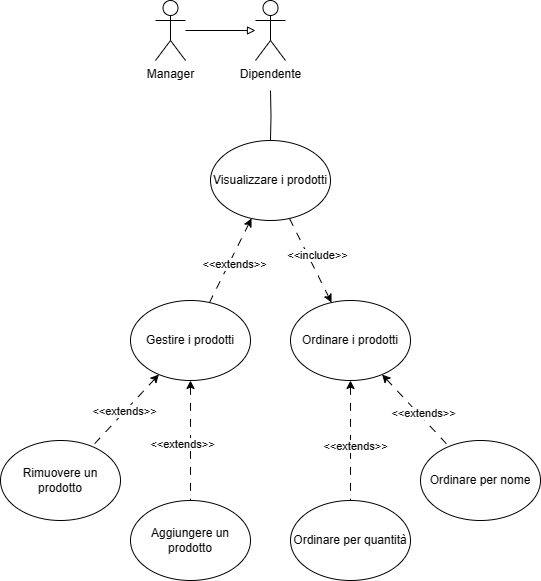
Earlier version of the draw.io export second-deliverable/images/UCD/RF10_magazzino_UCD.png (IS-FixMi/Documentation-Source). Source tidied: cells renumbered, new cells last; positions are measured from the earlier drawing's top-left corner, leaving out a move shared by most shapes.
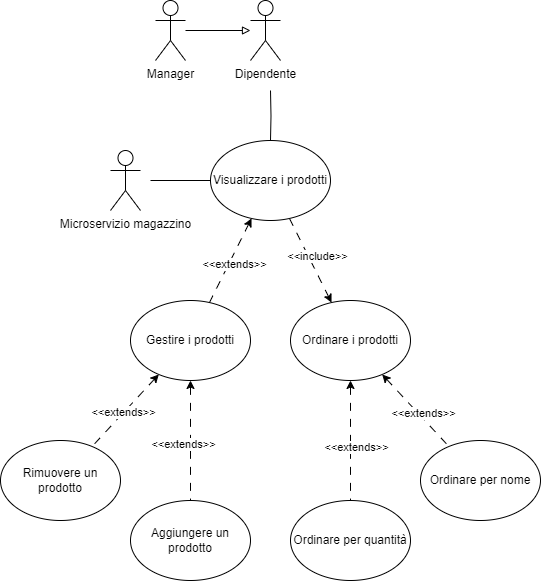
The same file after the commit.

Diff of the diagram source:
```diff
@@ -8,7 +8,7 @@
       </mxGeometry>
     </mxCell>
     <mxCell id="3" value="Dipendente" style="shape=umlActor;verticalLabelPosition=bottom;verticalAlign=top;html=1;outlineConnect=0;" parent="1" vertex="1">
-      <mxGeometry x="255" width="30" height="60" as="geometry" />
+      <mxGeometry x="250" width="30" height="60" as="geometry" />
     </mxCell>
     <mxCell id="4" style="edgeStyle=orthogonalEdgeStyle;rounded=0;jettySize=auto;html=1;endArrow=block;endFill=0;" parent="1" edge="1" source="5" target="3">
       <mxGeometry relative="1" as="geometry" />
@@ -85,5 +85,13 @@
     <mxCell id="24" value="Ordinare per quantità" style="ellipse;whiteSpace=wrap;html=1;" parent="1" vertex="1">
       <mxGeometry x="290" y="500" width="120" height="80" as="geometry" />
     </mxCell>
+    <mxCell id="25" value="Microservizio magazzino&lt;br&gt;" style="shape=umlActor;verticalLabelPosition=bottom;verticalAlign=top;html=1;" parent="1" vertex="1">
+      <mxGeometry x="110" y="150" width="30" height="60" as="geometry" />
+    </mxCell>
+    <mxCell id="26" style="endArrow=none;html=1;rounded=0;entryX=0;entryY=0.5;entryDx=0;entryDy=0;" parent="1" edge="1" target="17">
+      <mxGeometry relative="1" as="geometry">
+        <mxPoint x="150" y="180" as="sourcePoint" />
+      </mxGeometry>
+    </mxCell>
   </root>
 </mxGraphModel>
```
